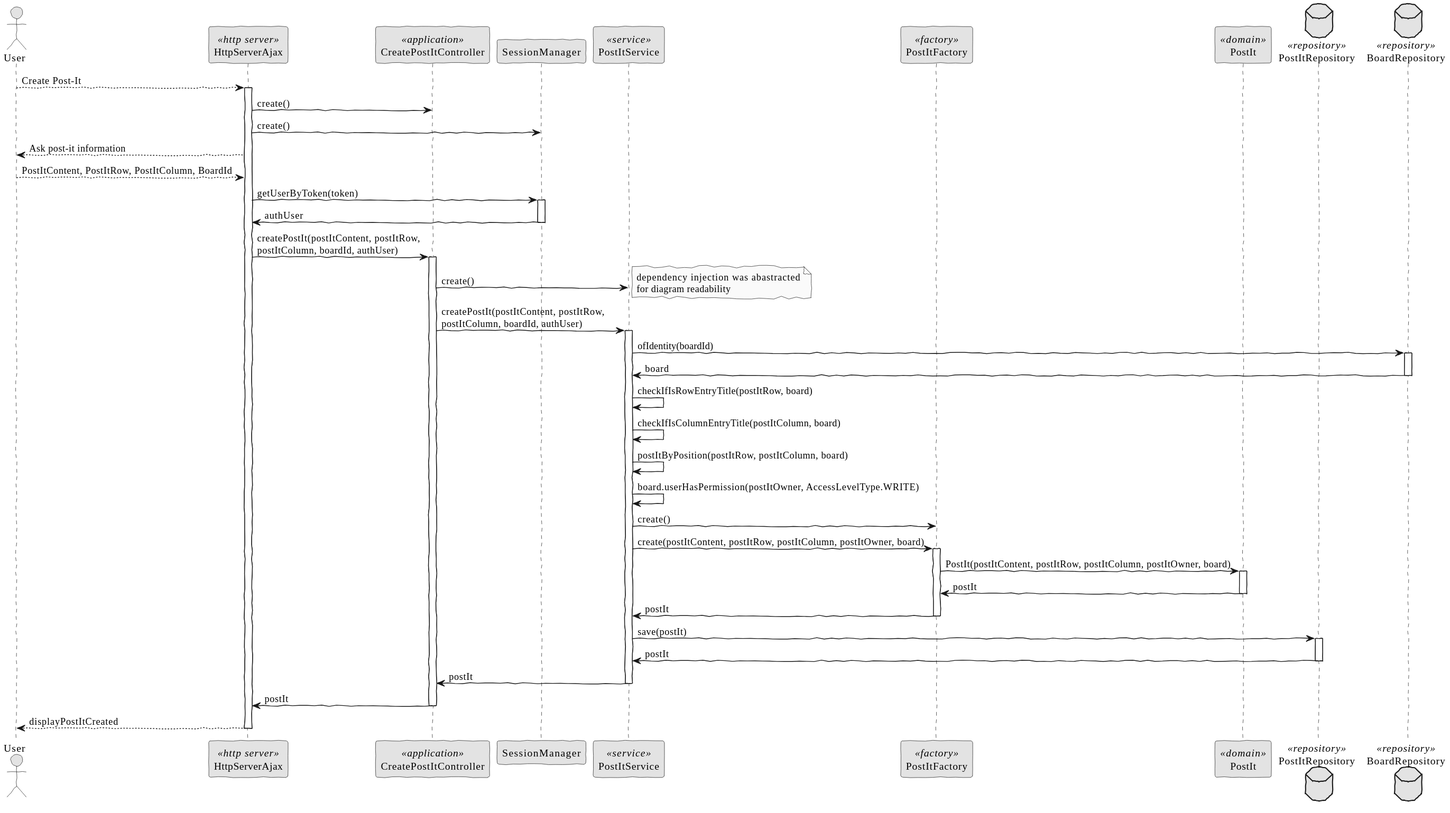
brunacosta03/sem4pi_22_23 keeps this PlantUML diagram as docs/SPRINT C/US_3006/SD/CreatePostIt-SD.svg. Above is the earlier version.
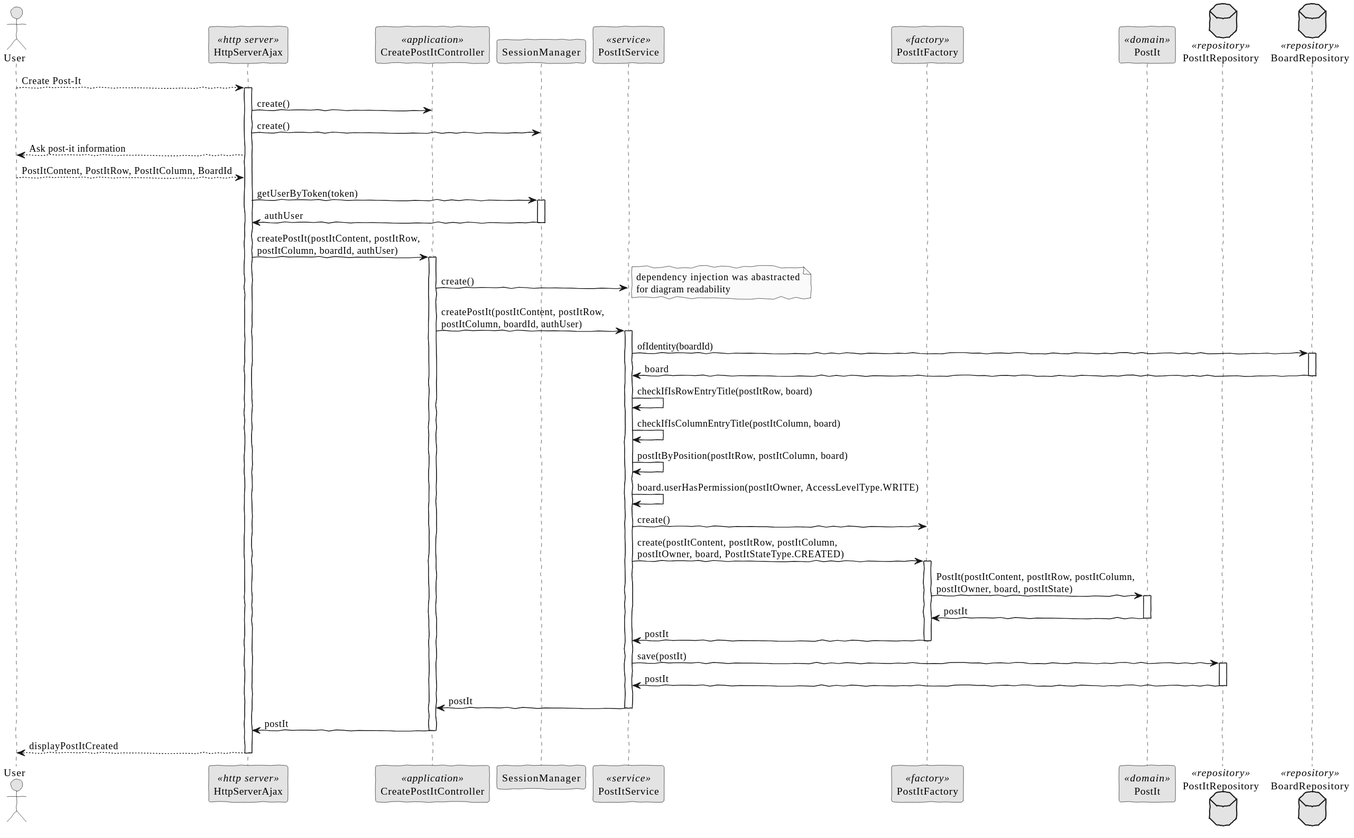
The same diagram one commit later.

Change to the diagram source:
```diff
@@ -52,10 +52,10 @@
 
 
         Service -> PFactory: create()
-        Service -> PFactory: create(postItContent, postItRow, postItColumn, postItOwner, board)
+        Service -> PFactory: create(postItContent, postItRow, postItColumn,\npostItOwner, board, PostItStateType.CREATED)
         activate PFactory
 
-        PFactory -> Domain: PostIt(postItContent, postItRow, postItColumn, postItOwner, board)
+        PFactory -> Domain: PostIt(postItContent, postItRow, postItColumn,\npostItOwner, board, postItState)
         activate Domain
             Domain -> PFactory: postIt
         deactivate Domain
```
